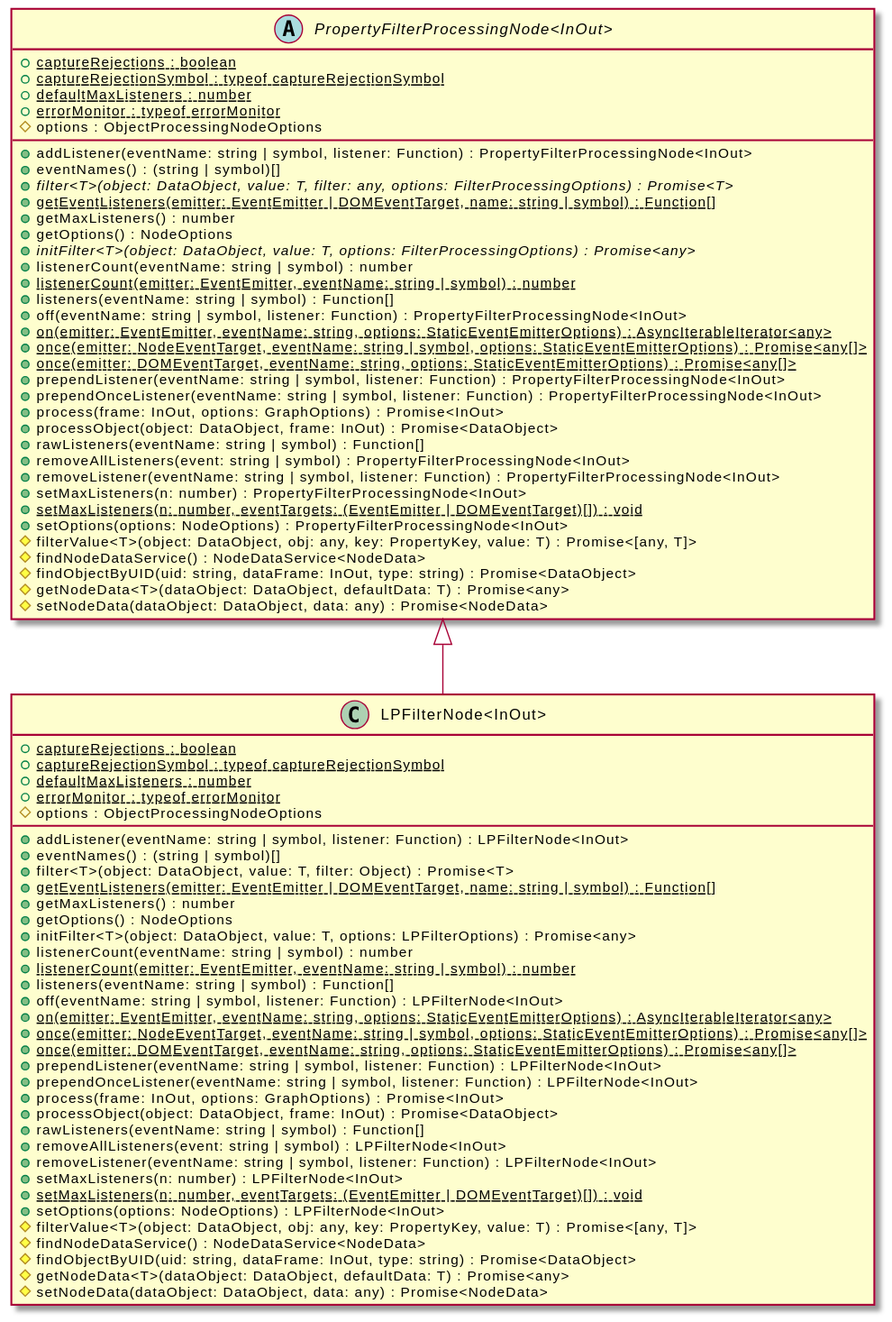
OpenHPS/openhps-core keeps this PlantUML diagram as assets/LPFilterNode-umlClassDiagram-13716.svg. Above is the earlier version. The source it was exported from:
```plantuml
@startuml
skinparam BackgroundColor transparent
hide empty methods
hide empty fields
class "LPFilterNode<InOut>" {
    {static} +captureRejections : boolean
    {static} +captureRejectionSymbol : typeof captureRejectionSymbol
    {static} +defaultMaxListeners : number
    {static} +errorMonitor : typeof errorMonitor
    #options : ObjectProcessingNodeOptions
    +addListener(eventName: string | symbol, listener: Function) : LPFilterNode<InOut>
    +eventNames() : (string | symbol)[]
    +filter<T>(object: DataObject, value: T, filter: Object) : Promise<T>
    {static} +getEventListeners(emitter: EventEmitter | DOMEventTarget, name: string | symbol) : Function[]
    +getMaxListeners() : number
    +getOptions() : NodeOptions
    +initFilter<T>(object: DataObject, value: T, options: LPFilterOptions) : Promise<any>
    +listenerCount(eventName: string | symbol) : number
    {static} +listenerCount(emitter: EventEmitter, eventName: string | symbol) : number
    +listeners(eventName: string | symbol) : Function[]
    +off(eventName: string | symbol, listener: Function) : LPFilterNode<InOut>
    {static} +on(emitter: EventEmitter, eventName: string, options: StaticEventEmitterOptions) : AsyncIterableIterator<any>
    {static} +once(emitter: NodeEventTarget, eventName: string | symbol, options: StaticEventEmitterOptions) : Promise<any[]>
    {static} +once(emitter: DOMEventTarget, eventName: string, options: StaticEventEmitterOptions) : Promise<any[]>
    +prependListener(eventName: string | symbol, listener: Function) : LPFilterNode<InOut>
    +prependOnceListener(eventName: string | symbol, listener: Function) : LPFilterNode<InOut>
    +process(frame: InOut, options: GraphOptions) : Promise<InOut>
    +processObject(object: DataObject, frame: InOut) : Promise<DataObject>
    +rawListeners(eventName: string | symbol) : Function[]
    +removeAllListeners(event: string | symbol) : LPFilterNode<InOut>
    +removeListener(eventName: string | symbol, listener: Function) : LPFilterNode<InOut>
    +setMaxListeners(n: number) : LPFilterNode<InOut>
    {static} +setMaxListeners(n: number, eventTargets: (EventEmitter | DOMEventTarget)[]) : void
    +setOptions(options: NodeOptions) : LPFilterNode<InOut>
    #filterValue<T>(object: DataObject, obj: any, key: PropertyKey, value: T) : Promise<[any, T]>
    #findNodeDataService() : NodeDataService<NodeData>
    #findObjectByUID(uid: string, dataFrame: InOut, type: string) : Promise<DataObject>
    #getNodeData<T>(dataObject: DataObject, defaultData: T) : Promise<any>
    #setNodeData(dataObject: DataObject, data: any) : Promise<NodeData>
}
abstract class "PropertyFilterProcessingNode<InOut>" {
    {static} +captureRejections : boolean
    {static} +captureRejectionSymbol : typeof captureRejectionSymbol
    {static} +defaultMaxListeners : number
    {static} +errorMonitor : typeof errorMonitor
    #options : ObjectProcessingNodeOptions
    +addListener(eventName: string | symbol, listener: Function) : PropertyFilterProcessingNode<InOut>
    +eventNames() : (string | symbol)[]
    {abstract} +filter<T>(object: DataObject, value: T, filter: any, options: FilterProcessingOptions) : Promise<T>
    {static} +getEventListeners(emitter: EventEmitter | DOMEventTarget, name: string | symbol) : Function[]
    +getMaxListeners() : number
    +getOptions() : NodeOptions
    {abstract} +initFilter<T>(object: DataObject, value: T, options: FilterProcessingOptions) : Promise<any>
    +listenerCount(eventName: string | symbol) : number
    {static} +listenerCount(emitter: EventEmitter, eventName: string | symbol) : number
    +listeners(eventName: string | symbol) : Function[]
    +off(eventName: string | symbol, listener: Function) : PropertyFilterProcessingNode<InOut>
    {static} +on(emitter: EventEmitter, eventName: string, options: StaticEventEmitterOptions) : AsyncIterableIterator<any>
    {static} +once(emitter: NodeEventTarget, eventName: string | symbol, options: StaticEventEmitterOptions) : Promise<any[]>
    {static} +once(emitter: DOMEventTarget, eventName: string, options: StaticEventEmitterOptions) : Promise<any[]>
    +prependListener(eventName: string | symbol, listener: Function) : PropertyFilterProcessingNode<InOut>
    +prependOnceListener(eventName: string | symbol, listener: Function) : PropertyFilterProcessingNode<InOut>
    +process(frame: InOut, options: GraphOptions) : Promise<InOut>
    +processObject(object: DataObject, frame: InOut) : Promise<DataObject>
    +rawListeners(eventName: string | symbol) : Function[]
    +removeAllListeners(event: string | symbol) : PropertyFilterProcessingNode<InOut>
    +removeListener(eventName: string | symbol, listener: Function) : PropertyFilterProcessingNode<InOut>
    +setMaxListeners(n: number) : PropertyFilterProcessingNode<InOut>
    {static} +setMaxListeners(n: number, eventTargets: (EventEmitter | DOMEventTarget)[]) : void
    +setOptions(options: NodeOptions) : PropertyFilterProcessingNode<InOut>
    #filterValue<T>(object: DataObject, obj: any, key: PropertyKey, value: T) : Promise<[any, T]>
    #findNodeDataService() : NodeDataService<NodeData>
    #findObjectByUID(uid: string, dataFrame: InOut, type: string) : Promise<DataObject>
    #getNodeData<T>(dataObject: DataObject, defaultData: T) : Promise<any>
    #setNodeData(dataObject: DataObject, data: any) : Promise<NodeData>
}
"PropertyFilterProcessingNode<InOut>" <|-- "LPFilterNode<InOut>"
@enduml
```
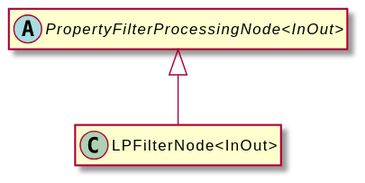
Above is the later version.

Change to the diagram source:
```diff
@@ -3,76 +3,8 @@
 hide empty methods
 hide empty fields
 class "LPFilterNode<InOut>" {
-    {static} +captureRejections : boolean
-    {static} +captureRejectionSymbol : typeof captureRejectionSymbol
-    {static} +defaultMaxListeners : number
-    {static} +errorMonitor : typeof errorMonitor
-    #options : ObjectProcessingNodeOptions
-    +addListener(eventName: string | symbol, listener: Function) : LPFilterNode<InOut>
-    +eventNames() : (string | symbol)[]
-    +filter<T>(object: DataObject, value: T, filter: Object) : Promise<T>
-    {static} +getEventListeners(emitter: EventEmitter | DOMEventTarget, name: string | symbol) : Function[]
-    +getMaxListeners() : number
-    +getOptions() : NodeOptions
-    +initFilter<T>(object: DataObject, value: T, options: LPFilterOptions) : Promise<any>
-    +listenerCount(eventName: string | symbol) : number
-    {static} +listenerCount(emitter: EventEmitter, eventName: string | symbol) : number
-    +listeners(eventName: string | symbol) : Function[]
-    +off(eventName: string | symbol, listener: Function) : LPFilterNode<InOut>
-    {static} +on(emitter: EventEmitter, eventName: string, options: StaticEventEmitterOptions) : AsyncIterableIterator<any>
-    {static} +once(emitter: NodeEventTarget, eventName: string | symbol, options: StaticEventEmitterOptions) : Promise<any[]>
-    {static} +once(emitter: DOMEventTarget, eventName: string, options: StaticEventEmitterOptions) : Promise<any[]>
-    +prependListener(eventName: string | symbol, listener: Function) : LPFilterNode<InOut>
-    +prependOnceListener(eventName: string | symbol, listener: Function) : LPFilterNode<InOut>
-    +process(frame: InOut, options: GraphOptions) : Promise<InOut>
-    +processObject(object: DataObject, frame: InOut) : Promise<DataObject>
-    +rawListeners(eventName: string | symbol) : Function[]
-    +removeAllListeners(event: string | symbol) : LPFilterNode<InOut>
-    +removeListener(eventName: string | symbol, listener: Function) : LPFilterNode<InOut>
-    +setMaxListeners(n: number) : LPFilterNode<InOut>
-    {static} +setMaxListeners(n: number, eventTargets: (EventEmitter | DOMEventTarget)[]) : void
-    +setOptions(options: NodeOptions) : LPFilterNode<InOut>
-    #filterValue<T>(object: DataObject, obj: any, key: PropertyKey, value: T) : Promise<[any, T]>
-    #findNodeDataService() : NodeDataService<NodeData>
-    #findObjectByUID(uid: string, dataFrame: InOut, type: string) : Promise<DataObject>
-    #getNodeData<T>(dataObject: DataObject, defaultData: T) : Promise<any>
-    #setNodeData(dataObject: DataObject, data: any) : Promise<NodeData>
 }
 abstract class "PropertyFilterProcessingNode<InOut>" {
-    {static} +captureRejections : boolean
-    {static} +captureRejectionSymbol : typeof captureRejectionSymbol
-    {static} +defaultMaxListeners : number
-    {static} +errorMonitor : typeof errorMonitor
-    #options : ObjectProcessingNodeOptions
-    +addListener(eventName: string | symbol, listener: Function) : PropertyFilterProcessingNode<InOut>
-    +eventNames() : (string | symbol)[]
-    {abstract} +filter<T>(object: DataObject, value: T, filter: any, options: FilterProcessingOptions) : Promise<T>
-    {static} +getEventListeners(emitter: EventEmitter | DOMEventTarget, name: string | symbol) : Function[]
-    +getMaxListeners() : number
-    +getOptions() : NodeOptions
-    {abstract} +initFilter<T>(object: DataObject, value: T, options: FilterProcessingOptions) : Promise<any>
-    +listenerCount(eventName: string | symbol) : number
-    {static} +listenerCount(emitter: EventEmitter, eventName: string | symbol) : number
-    +listeners(eventName: string | symbol) : Function[]
-    +off(eventName: string | symbol, listener: Function) : PropertyFilterProcessingNode<InOut>
-    {static} +on(emitter: EventEmitter, eventName: string, options: StaticEventEmitterOptions) : AsyncIterableIterator<any>
-    {static} +once(emitter: NodeEventTarget, eventName: string | symbol, options: StaticEventEmitterOptions) : Promise<any[]>
-    {static} +once(emitter: DOMEventTarget, eventName: string, options: StaticEventEmitterOptions) : Promise<any[]>
-    +prependListener(eventName: string | symbol, listener: Function) : PropertyFilterProcessingNode<InOut>
-    +prependOnceListener(eventName: string | symbol, listener: Function) : PropertyFilterProcessingNode<InOut>
-    +process(frame: InOut, options: GraphOptions) : Promise<InOut>
-    +processObject(object: DataObject, frame: InOut) : Promise<DataObject>
-    +rawListeners(eventName: string | symbol) : Function[]
-    +removeAllListeners(event: string | symbol) : PropertyFilterProcessingNode<InOut>
-    +removeListener(eventName: string | symbol, listener: Function) : PropertyFilterProcessingNode<InOut>
-    +setMaxListeners(n: number) : PropertyFilterProcessingNode<InOut>
-    {static} +setMaxListeners(n: number, eventTargets: (EventEmitter | DOMEventTarget)[]) : void
-    +setOptions(options: NodeOptions) : PropertyFilterProcessingNode<InOut>
-    #filterValue<T>(object: DataObject, obj: any, key: PropertyKey, value: T) : Promise<[any, T]>
-    #findNodeDataService() : NodeDataService<NodeData>
-    #findObjectByUID(uid: string, dataFrame: InOut, type: string) : Promise<DataObject>
-    #getNodeData<T>(dataObject: DataObject, defaultData: T) : Promise<any>
-    #setNodeData(dataObject: DataObject, data: any) : Promise<NodeData>
 }
 "PropertyFilterProcessingNode<InOut>" <|-- "LPFilterNode<InOut>"
 @enduml
```
